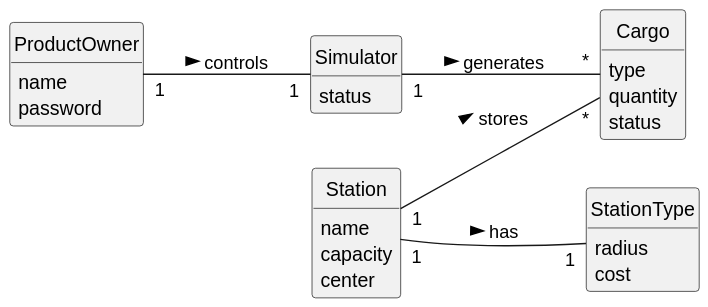
1240935/pi2-railway-simulator keeps this PlantUML diagram as Sprint2/US012/02.analysis/svg/US012-DM.svg. Above is the earlier version.
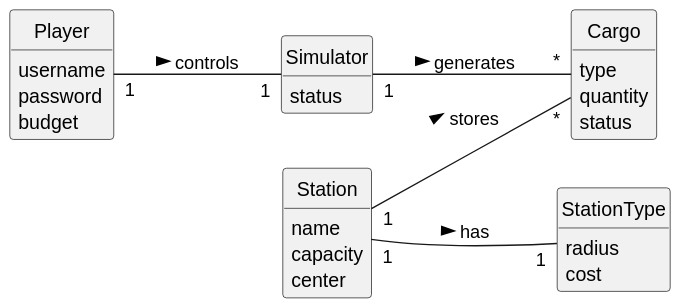
After the commit.

The edit, as a diff of the source:
```diff
@@ -8,11 +8,11 @@
 
 left to right direction
 
-class ProductOwner {
-    name
+class Player {
+    username
     password
+    budget
 }
-
 class Station {
     name
     capacity
@@ -35,7 +35,7 @@
     status
 }
 
-ProductOwner "1" -- "1" Simulator: controls >
+Player "1" -- "1" Simulator: controls >
 Simulator "1" -- "*" Cargo: generates >
 
 Station "1" -- "1" StationType: has >
```
